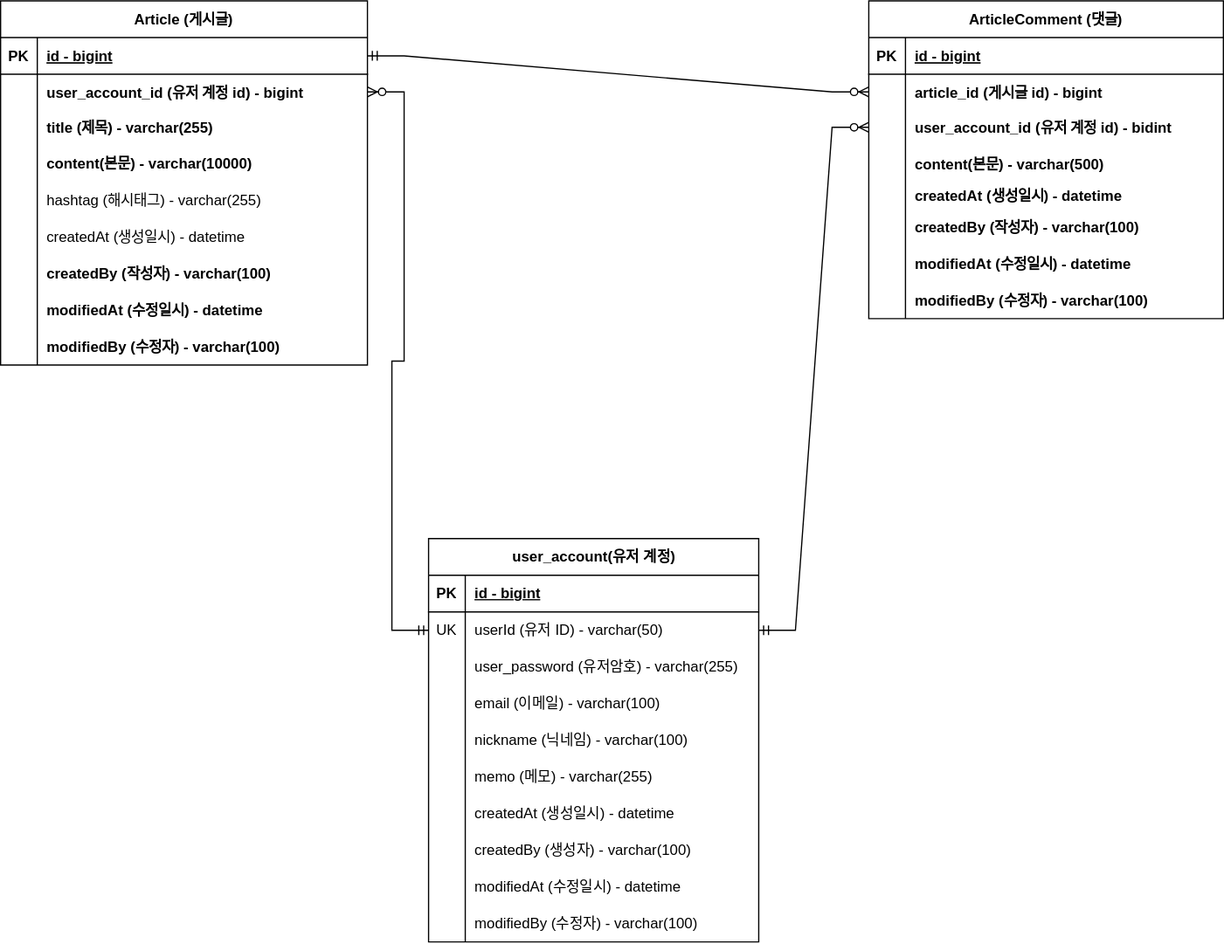
Above: document/board-erd.svg in sagong0/fc-board-project (draw.io), before the change. Source tidied: cells renumbered, new cells last; positions are measured from the earlier drawing's top-left corner, leaving out a move shared by most shapes.
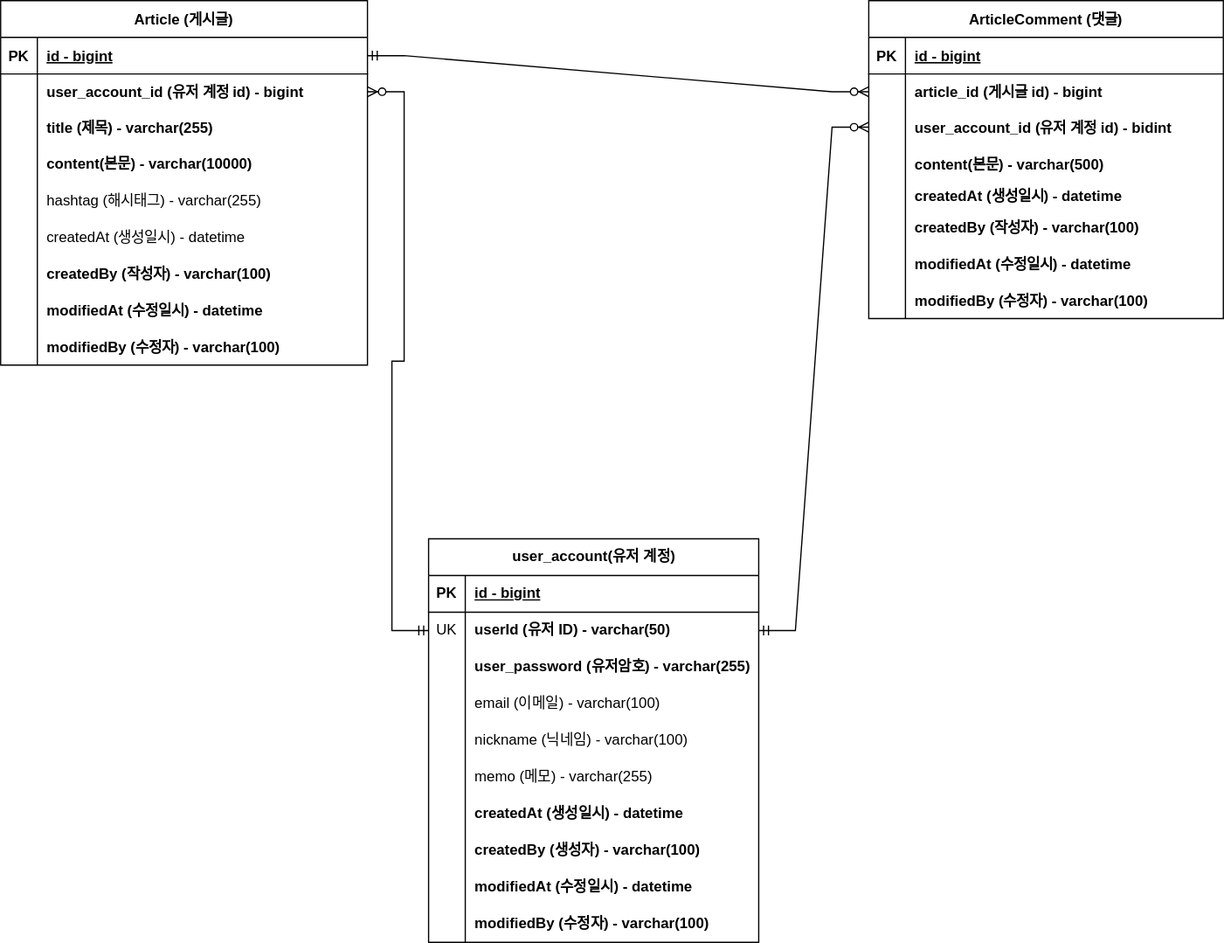
The same file after the commit.

Commit message:
board-erd.svg 유저 계정 엔티티 필수 필드를 굵은 글씨로 수정

What changed in the source:
```diff
@@ -173,13 +173,13 @@
     <mxCell id="58" value="id - bigint" style="shape=partialRectangle;fillColor=none;top=0;left=0;bottom=0;right=0;align=left;spacingLeft=6;fontStyle=5;overflow=hidden;whiteSpace=wrap;html=1;" parent="56" vertex="1">
       <mxGeometry x="30" width="240" height="30" as="geometry" />
     </mxCell>
-    <mxCell id="59" style="shape=tableRow;horizontal=0;startSize=0;swimlaneHead=0;swimlaneBody=0;fillColor=none;points=[[0,0.5],[1,0.5]];portConstraint=eastwest;top=0;left=0;right=0;bottom=0;" parent="55" vertex="1">
+    <mxCell id="59" style="shape=tableRow;horizontal=0;startSize=0;swimlaneHead=0;swimlaneBody=0;fillColor=none;points=[[0,0.5],[1,0.5]];portConstraint=eastwest;top=0;left=0;right=0;bottom=0;fontStyle=1;" parent="55" vertex="1">
       <mxGeometry y="60" width="270" height="30" as="geometry" />
     </mxCell>
     <mxCell id="60" value="UK" style="shape=partialRectangle;fillColor=none;top=0;left=0;bottom=0;right=0;overflow=hidden;whiteSpace=wrap;html=1;" parent="59" vertex="1">
       <mxGeometry width="30" height="30" as="geometry" />
     </mxCell>
-    <mxCell id="61" value="userId (유저 ID) - varchar(50)" style="shape=partialRectangle;fillColor=none;top=0;left=0;bottom=0;right=0;align=left;spacingLeft=6;overflow=hidden;whiteSpace=wrap;html=1;" parent="59" vertex="1">
+    <mxCell id="61" value="&lt;b&gt;userId (유저 ID) - varchar(50)&lt;/b&gt;" style="shape=partialRectangle;fillColor=none;top=0;left=0;bottom=0;right=0;align=left;spacingLeft=6;overflow=hidden;whiteSpace=wrap;html=1;" parent="59" vertex="1">
       <mxGeometry x="30" width="240" height="30" as="geometry" />
     </mxCell>
     <mxCell id="62" style="shape=tableRow;horizontal=0;startSize=0;swimlaneHead=0;swimlaneBody=0;fillColor=none;top=0;left=0;right=0;bottom=0;" parent="55" vertex="1">
@@ -188,7 +188,7 @@
     <mxCell id="63" style="shape=partialRectangle;fillColor=none;top=0;left=0;bottom=0;right=0;overflow=hidden;whiteSpace=wrap;html=1;" parent="62" vertex="1">
       <mxGeometry width="30" height="30" as="geometry" />
     </mxCell>
-    <mxCell id="64" value="user_password (유저암호) - varchar(255)" style="shape=partialRectangle;fillColor=none;top=0;left=0;bottom=0;right=0;align=left;spacingLeft=6;overflow=hidden;whiteSpace=wrap;html=1;" parent="62" vertex="1">
+    <mxCell id="64" value="&lt;b&gt;user_password (유저암호) - varchar(255)&lt;/b&gt;" style="shape=partialRectangle;fillColor=none;top=0;left=0;bottom=0;right=0;align=left;spacingLeft=6;overflow=hidden;whiteSpace=wrap;html=1;" parent="62" vertex="1">
       <mxGeometry x="30" width="240" height="30" as="geometry" />
     </mxCell>
     <mxCell id="65" style="shape=tableRow;horizontal=0;startSize=0;swimlaneHead=0;swimlaneBody=0;fillColor=none;top=0;left=0;right=0;bottom=0;" parent="55" vertex="1">
@@ -224,7 +224,7 @@
     <mxCell id="75" style="shape=partialRectangle;fillColor=none;top=0;left=0;bottom=0;right=0;overflow=hidden;whiteSpace=wrap;html=1;" parent="74" vertex="1">
       <mxGeometry width="30" height="30" as="geometry" />
     </mxCell>
-    <mxCell id="76" value="createdAt (생성일시) - datetime" style="shape=partialRectangle;fillColor=none;top=0;left=0;bottom=0;right=0;align=left;spacingLeft=6;overflow=hidden;whiteSpace=wrap;html=1;" parent="74" vertex="1">
+    <mxCell id="76" value="&lt;b&gt;createdAt (생성일시) - datetime&lt;/b&gt;" style="shape=partialRectangle;fillColor=none;top=0;left=0;bottom=0;right=0;align=left;spacingLeft=6;overflow=hidden;whiteSpace=wrap;html=1;" parent="74" vertex="1">
       <mxGeometry x="30" width="240" height="30" as="geometry" />
     </mxCell>
     <mxCell id="77" style="shape=tableRow;horizontal=0;startSize=0;swimlaneHead=0;swimlaneBody=0;fillColor=none;top=0;left=0;right=0;bottom=0;" parent="55" vertex="1">
@@ -233,7 +233,7 @@
     <mxCell id="78" value="&lt;span style=&quot;white-space: pre;&quot;&gt;&#9;&lt;/span&gt;" style="shape=partialRectangle;fillColor=none;top=0;left=0;bottom=0;right=0;overflow=hidden;whiteSpace=wrap;html=1;" parent="77" vertex="1">
       <mxGeometry width="30" height="30" as="geometry" />
     </mxCell>
-    <mxCell id="79" value="createdBy (생성자) - varchar(100)" style="shape=partialRectangle;fillColor=none;top=0;left=0;bottom=0;right=0;align=left;spacingLeft=6;overflow=hidden;whiteSpace=wrap;html=1;" parent="77" vertex="1">
+    <mxCell id="79" value="createdBy (생성자) - varchar(100)" style="shape=partialRectangle;fillColor=none;top=0;left=0;bottom=0;right=0;align=left;spacingLeft=6;overflow=hidden;whiteSpace=wrap;html=1;fontStyle=1;" parent="77" vertex="1">
       <mxGeometry x="30" width="240" height="30" as="geometry" />
     </mxCell>
     <mxCell id="80" style="shape=tableRow;horizontal=0;startSize=0;swimlaneHead=0;swimlaneBody=0;fillColor=none;top=0;left=0;right=0;bottom=0;" parent="55" vertex="1">
@@ -242,7 +242,7 @@
     <mxCell id="81" style="shape=partialRectangle;fillColor=none;top=0;left=0;bottom=0;right=0;overflow=hidden;whiteSpace=wrap;html=1;" parent="80" vertex="1">
       <mxGeometry width="30" height="30" as="geometry" />
     </mxCell>
-    <mxCell id="82" value="modifiedAt (수정일시) - datetime" style="shape=partialRectangle;fillColor=none;top=0;left=0;bottom=0;right=0;align=left;spacingLeft=6;overflow=hidden;whiteSpace=wrap;html=1;" parent="80" vertex="1">
+    <mxCell id="82" value="modifiedAt (수정일시) - datetime" style="shape=partialRectangle;fillColor=none;top=0;left=0;bottom=0;right=0;align=left;spacingLeft=6;overflow=hidden;whiteSpace=wrap;html=1;fontStyle=1;" parent="80" vertex="1">
       <mxGeometry x="30" width="240" height="30" as="geometry" />
     </mxCell>
     <mxCell id="83" style="shape=tableRow;horizontal=0;startSize=0;swimlaneHead=0;swimlaneBody=0;fillColor=none;top=0;left=0;right=0;bottom=0;" parent="55" vertex="1">
@@ -251,7 +251,7 @@
     <mxCell id="84" style="shape=partialRectangle;fillColor=none;top=0;left=0;bottom=0;right=0;overflow=hidden;whiteSpace=wrap;html=1;" parent="83" vertex="1">
       <mxGeometry width="30" height="30" as="geometry" />
     </mxCell>
-    <mxCell id="85" value="modifiedBy (수정자) - varchar(100)" style="shape=partialRectangle;fillColor=none;top=0;left=0;bottom=0;right=0;align=left;spacingLeft=6;overflow=hidden;whiteSpace=wrap;html=1;" parent="83" vertex="1">
+    <mxCell id="85" value="modifiedBy (수정자) - varchar(100)" style="shape=partialRectangle;fillColor=none;top=0;left=0;bottom=0;right=0;align=left;spacingLeft=6;overflow=hidden;whiteSpace=wrap;html=1;fontStyle=1;" parent="83" vertex="1">
       <mxGeometry x="30" width="240" height="30" as="geometry" />
     </mxCell>
     <mxCell id="86" style="edgeStyle=entityRelationEdgeStyle;fontSize=12;html=1;endArrow=ERzeroToMany;startArrow=ERmandOne;rounded=0;exitX=1;exitY=0.5;exitDx=0;exitDy=0;entryX=0;entryY=0.5;entryDx=0;entryDy=0;" parent="1" edge="1" source="3" target="34">
```
